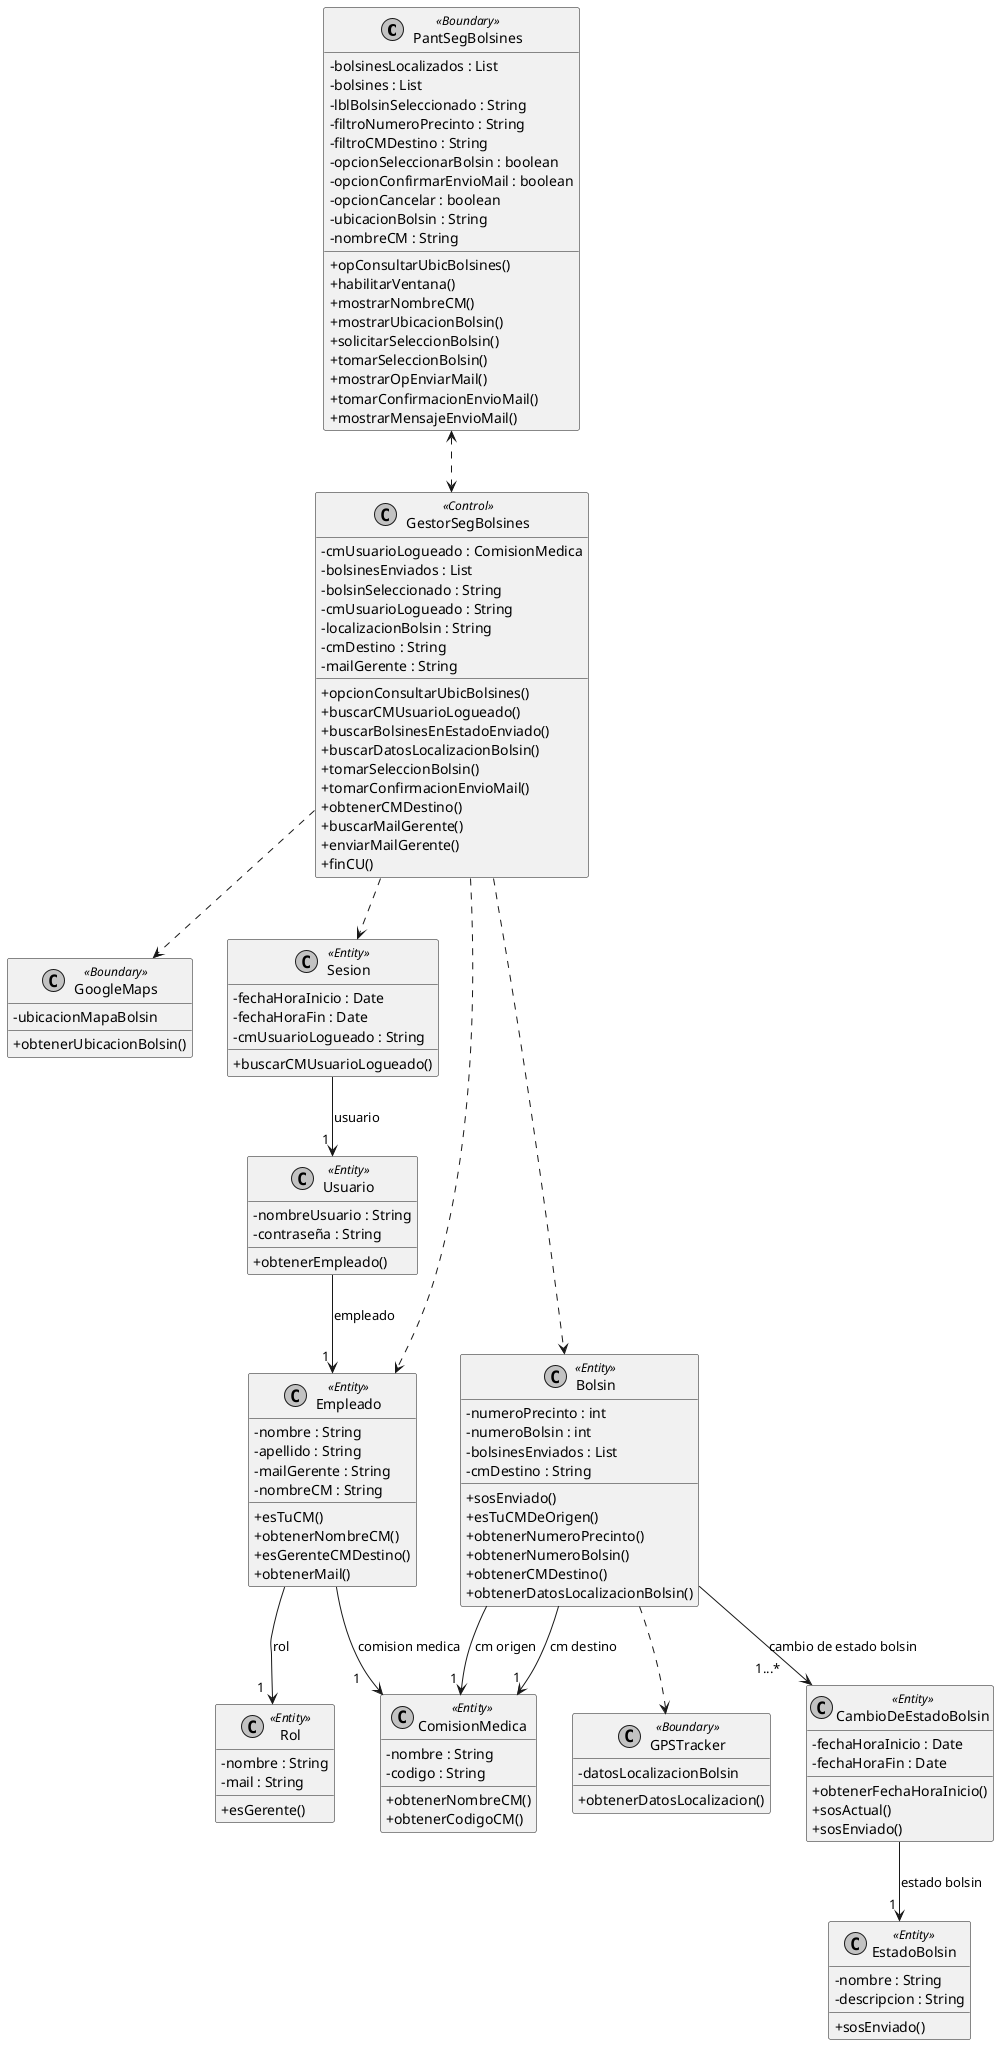
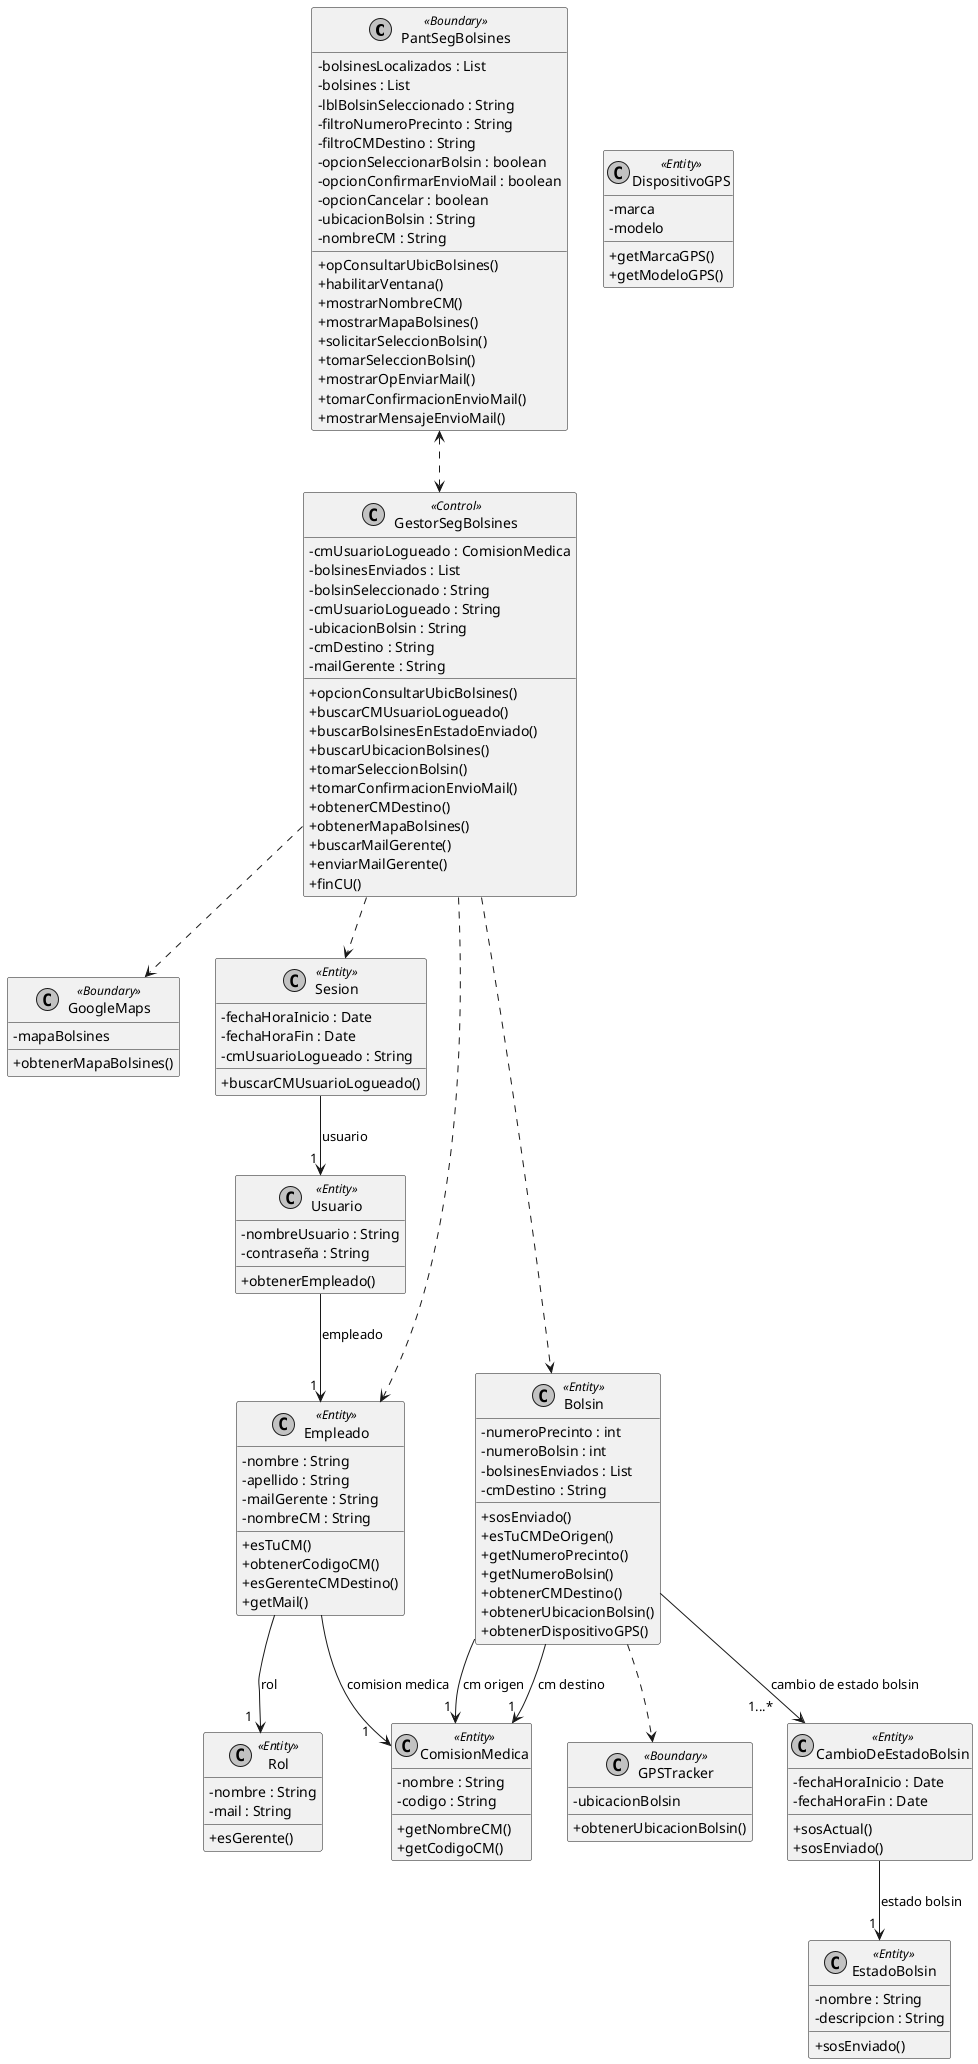
@startuml DiagramaClasesSoporte
skinparam classAttributeIconSize 0
skinparam monochrome true
skinparam shadowing false

' ==========================================
' CLASES BOUNDARY Y CONTROL
' ==========================================
class PantSegBolsines <<Boundary>> {
  - bolsinesLocalizados : List
  - bolsines : List
  - lblBolsinSeleccionado : String
  - filtroNumeroPrecinto : String
  - filtroCMDestino : String
  - opcionSeleccionarBolsin : boolean
  - opcionConfirmarEnvioMail : boolean
  - opcionCancelar : boolean
  - ubicacionBolsin : String
  - nombreCM : String

  + opConsultarUbicBolsines()
  + habilitarVentana()
  + mostrarNombreCM()
-   + mostrarUbicacionBolsin()
+   + mostrarMapaBolsines()
  + solicitarSeleccionBolsin()
  + tomarSeleccionBolsin()
  + mostrarOpEnviarMail()
  + tomarConfirmacionEnvioMail()
  + mostrarMensajeEnvioMail()
}

class GestorSegBolsines <<Control>> {
  - cmUsuarioLogueado : ComisionMedica
  - bolsinesEnviados : List
  - bolsinSeleccionado : String
  - cmUsuarioLogueado : String
-   - localizacionBolsin : String
+   - ubicacionBolsin : String
  - cmDestino : String
  - mailGerente : String

  + opcionConsultarUbicBolsines()
  + buscarCMUsuarioLogueado()
  + buscarBolsinesEnEstadoEnviado()
-   + buscarDatosLocalizacionBolsin()
+   + buscarUbicacionBolsines()
  + tomarSeleccionBolsin()
  + tomarConfirmacionEnvioMail()
  + obtenerCMDestino()
+   + obtenerMapaBolsines()
  + buscarMailGerente()
  + enviarMailGerente()
  + finCU()
}

class GPSTracker <<Boundary>> {
-   - datosLocalizacionBolsin
+   - ubicacionBolsin

-   + obtenerDatosLocalizacion()
+   + obtenerUbicacionBolsin()
}

class GoogleMaps <<Boundary>> {
-   - ubicacionMapaBolsin
+   - mapaBolsines

-   + obtenerUbicacionBolsin()
+   + obtenerMapaBolsines()
}

' ==========================================
' ENTIDADES DE DOMINIO
' ==========================================
class Sesion <<Entity>> {
  - fechaHoraInicio : Date
  - fechaHoraFin : Date
  - cmUsuarioLogueado : String

  + buscarCMUsuarioLogueado()
}

class Usuario <<Entity>> {
  - nombreUsuario : String
  - contraseña : String

  + obtenerEmpleado()
}

class Empleado <<Entity>> {
  - nombre : String
  - apellido : String
  - mailGerente : String
  - nombreCM : String

  + esTuCM()
-   + obtenerNombreCM()
+   + obtenerCodigoCM()
  + esGerenteCMDestino()
-   + obtenerMail()
+   + getMail()
}

class Rol <<Entity>> {
  - nombre : String
  - mail : String

  + esGerente()
}

class ComisionMedica <<Entity>> {
  - nombre : String
  - codigo : String

-   + obtenerNombreCM()
-   + obtenerCodigoCM()
+   + getNombreCM()
+   + getCodigoCM()
}

class Bolsin <<Entity>> {
  - numeroPrecinto : int
  - numeroBolsin : int
  - bolsinesEnviados : List
  - cmDestino : String

  + sosEnviado()
  + esTuCMDeOrigen()
-   + obtenerNumeroPrecinto()
-   + obtenerNumeroBolsin()
+   + getNumeroPrecinto()
+   + getNumeroBolsin()
  + obtenerCMDestino()
-   + obtenerDatosLocalizacionBolsin()
+   + obtenerUbicacionBolsin()
+   + obtenerDispositivoGPS()
}

class CambioDeEstadoBolsin <<Entity>> {
  - fechaHoraInicio : Date
  - fechaHoraFin : Date

-   + obtenerFechaHoraInicio()
  + sosActual()
  + sosEnviado()
}

class EstadoBolsin <<Entity>> {
  - nombre : String
  - descripcion : String

  + sosEnviado()
}

+ class DispositivoGPS <<Entity>> {
+   - marca
+   - modelo
+ 
+   + getMarcaGPS()
+   + getModeloGPS()
+ 
+ }
' ==========================================
' RELACIONES
' ==========================================

' Relaciones Pantalla - Gestor (Conocimiento mutuo, flechas punteadas)
PantSegBolsines <..> GestorSegBolsines

' Relaciones Gestor - Entidades (Conoce a las que llama directamente por flechas punteadas)
GestorSegBolsines ..> Sesion
GestorSegBolsines ..> Bolsin
Bolsin ..> GPSTracker
GestorSegBolsines ..> GoogleMaps
GestorSegBolsines ..> Empleado

' Relaciones de Dominio (Como el Modelo de Dominio Clásico - Flechas sólidas)
Sesion --> "1 " Usuario : usuario
Usuario --> "1 " Empleado : empleado
Empleado  --> "1    " ComisionMedica : comision medica
Empleado  --> "1  " Rol : rol
Bolsin  --> "1 " ComisionMedica : cm origen
Bolsin  --> "1 " ComisionMedica : cm destino
Bolsin  --> "1...*      " CambioDeEstadoBolsin : cambio de estado bolsin
CambioDeEstadoBolsin --> "1 " EstadoBolsin : estado bolsin

@enduml